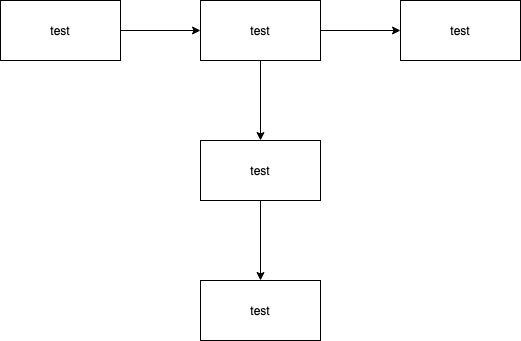
Above: test.png in dss99911/documentation-study (draw.io), before the change. Source tidied: cells renumbered, new cells last; positions are measured from the earlier drawing's top-left corner, leaving out a move shared by most shapes.
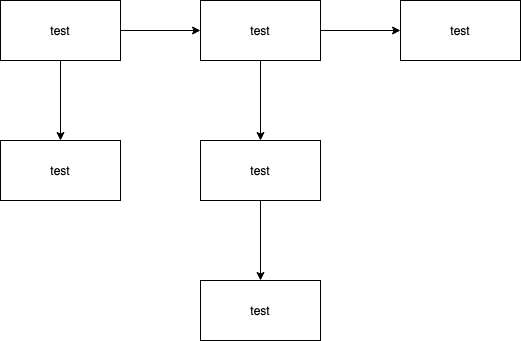
Above is the later version.

What changed in the source:
```diff
@@ -5,9 +5,15 @@
     <mxCell id="2" style="edgeStyle=orthogonalEdgeStyle;rounded=0;jettySize=auto;html=1;" parent="1" edge="1" source="3" target="6">
       <mxGeometry relative="1" as="geometry" />
     </mxCell>
+    <mxCell id="11" style="edgeStyle=orthogonalEdgeStyle;rounded=0;jettySize=auto;html=1;" parent="1" edge="1" source="3" target="12">
+      <mxGeometry relative="1" as="geometry" />
+    </mxCell>
     <mxCell id="3" value="test&lt;br&gt;" style="rounded=0;whiteSpace=wrap;html=1;" parent="1" vertex="1">
       <mxGeometry width="120" height="60" as="geometry" />
     </mxCell>
+    <mxCell id="12" value="test&lt;br&gt;" style="rounded=0;whiteSpace=wrap;html=1;" parent="1" vertex="1">
+      <mxGeometry y="140" width="120" height="60" as="geometry" />
+    </mxCell>
     <mxCell id="4" style="edgeStyle=orthogonalEdgeStyle;rounded=0;jettySize=auto;html=1;" parent="1" edge="1" source="6" target="10">
       <mxGeometry relative="1" as="geometry" />
     </mxCell>
```
